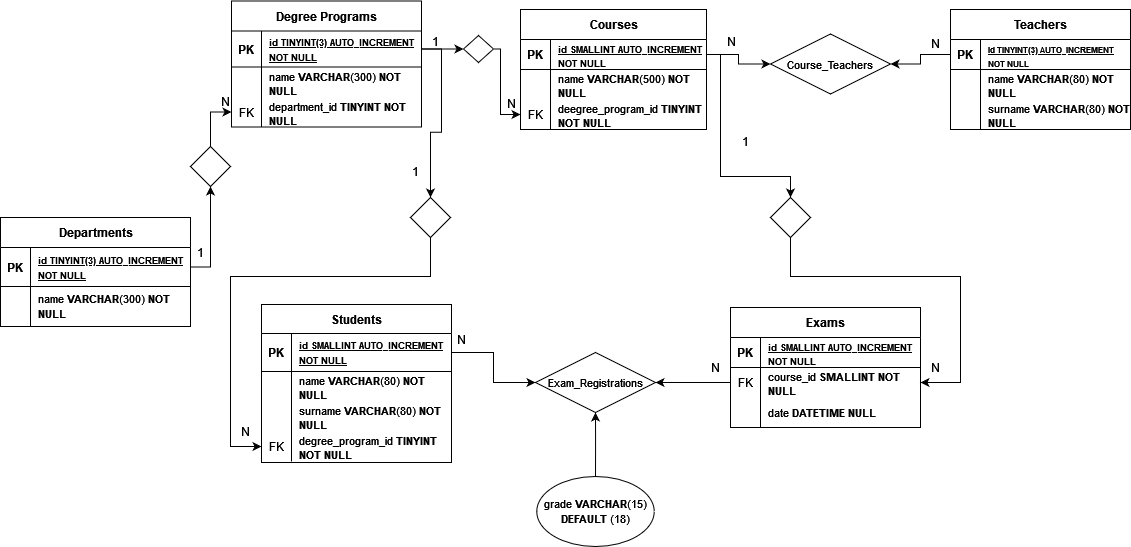
Earlier version of the draw.io export db-university.drawio.png (rinox3005/db-university). Source tidied: cells renumbered, new cells last; positions are measured from the earlier drawing's top-left corner, leaving out a move shared by most shapes.
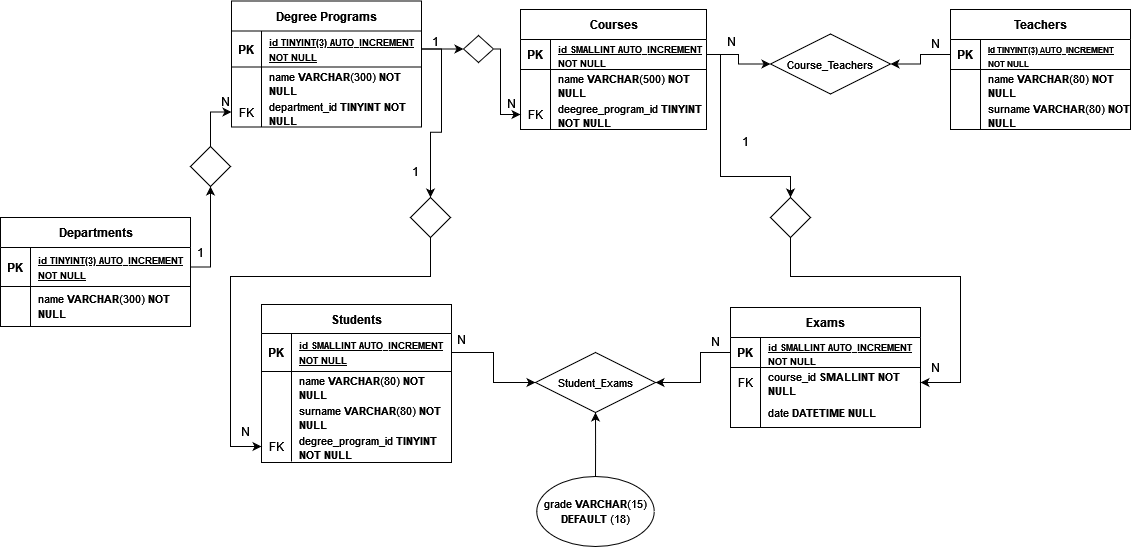
After the commit.

Commit message:
[FIX] fixed Pivot Table name to adapt to conventions

Diff of the diagram source:
```diff
@@ -188,14 +188,11 @@
     <mxCell id="63" value="&lt;font style=&quot;font-size: 11px;&quot;&gt;degree_program_id &lt;b&gt;TINYINT NOT NULL&lt;/b&gt;&lt;/font&gt;" style="shape=partialRectangle;fillColor=none;top=0;left=0;bottom=0;right=0;align=left;spacingLeft=6;overflow=hidden;whiteSpace=wrap;html=1;" parent="61" vertex="1">
       <mxGeometry x="30" width="160" height="30" as="geometry" />
     </mxCell>
-    <mxCell id="64" style="edgeStyle=orthogonalEdgeStyle;rounded=0;jettySize=auto;html=1;entryX=1;entryY=0.5;entryDx=0;entryDy=0;" parent="1" edge="1" source="45" target="93">
-      <mxGeometry relative="1" as="geometry" />
-    </mxCell>
     <mxCell id="65" value="N" style="text;html=1;align=center;verticalAlign=middle;strokeColor=none;fillColor=none;" parent="1" vertex="1">
       <mxGeometry x="446" y="324" width="30" height="30" as="geometry" />
     </mxCell>
     <mxCell id="66" value="N" style="text;html=1;align=center;verticalAlign=middle;strokeColor=none;fillColor=none;" parent="1" vertex="1">
-      <mxGeometry x="700" y="352" width="30" height="30" as="geometry" />
+      <mxGeometry x="700" y="326" width="30" height="30" as="geometry" />
     </mxCell>
     <mxCell id="67" style="edgeStyle=orthogonalEdgeStyle;rounded=0;jettySize=auto;html=1;entryX=0.5;entryY=1;entryDx=0;entryDy=0;" parent="1" edge="1" source="68" target="93">
       <mxGeometry relative="1" as="geometry" />
@@ -298,8 +295,16 @@
     <mxCell id="92" value="&lt;font style=&quot;font-size: 11px;&quot;&gt;Course_Teachers&lt;/font&gt;" style="shape=rhombus;perimeter=rhombusPerimeter;whiteSpace=wrap;html=1;align=center;" parent="1" vertex="1">
       <mxGeometry x="770" y="33.5" width="120" height="60" as="geometry" />
     </mxCell>
-    <mxCell id="93" value="&lt;font style=&quot;font-size: 11px;&quot;&gt;Exam_Registrations&lt;/font&gt;" style="shape=rhombus;perimeter=rhombusPerimeter;whiteSpace=wrap;html=1;align=center;" parent="1" vertex="1">
+    <mxCell id="93" value="&lt;font style=&quot;font-size: 11px;&quot;&gt;Student_Exams&lt;/font&gt;" style="shape=rhombus;perimeter=rhombusPerimeter;whiteSpace=wrap;html=1;align=center;" parent="1" vertex="1">
       <mxGeometry x="535" y="352" width="120" height="60" as="geometry" />
     </mxCell>
+    <mxCell id="94" style="edgeStyle=orthogonalEdgeStyle;rounded=0;jettySize=auto;html=1;entryX=1;entryY=0.5;entryDx=0;entryDy=0;" parent="1" edge="1" source="42" target="93">
+      <mxGeometry relative="1" as="geometry">
+        <Array as="points">
+          <mxPoint x="700" y="352" />
+          <mxPoint x="700" y="382" />
+        </Array>
+      </mxGeometry>
+    </mxCell>
   </root>
 </mxGraphModel>
```
